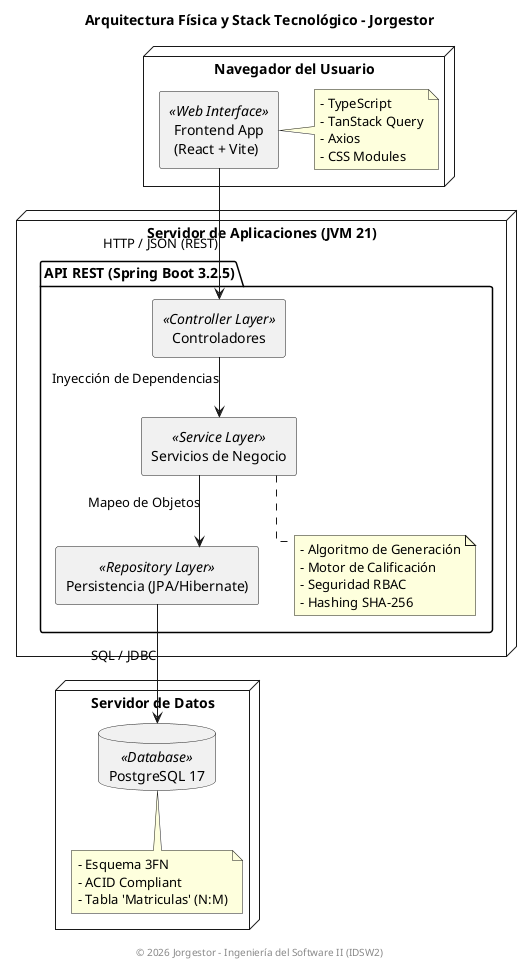
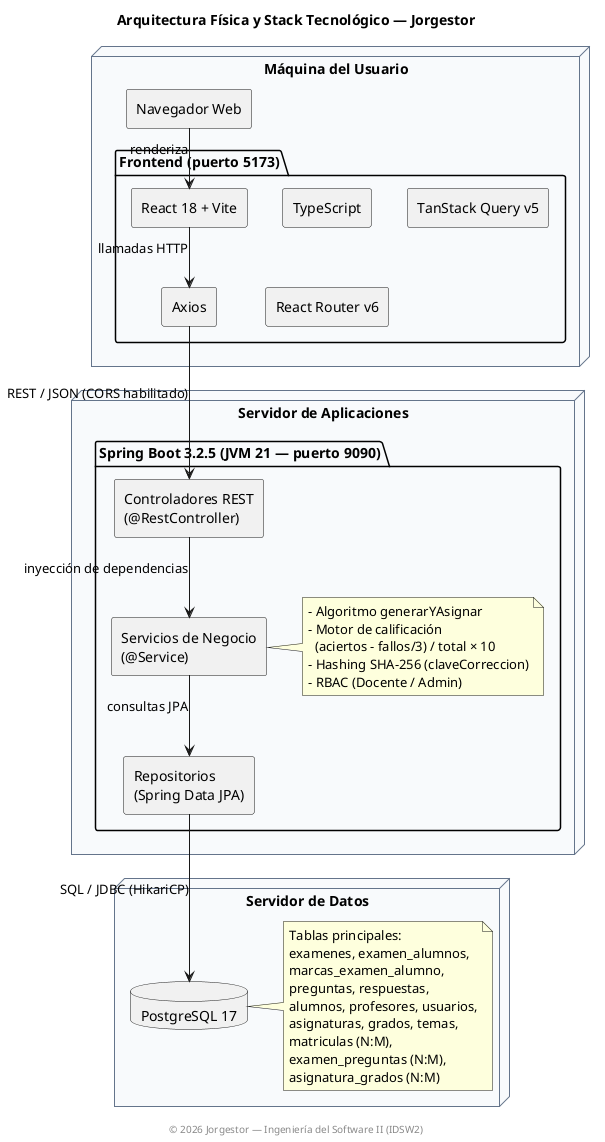
@startuml
- title Arquitectura Física y Stack Tecnológico - Jorgestor
+ title Arquitectura Física y Stack Tecnológico — Jorgestor

skinparam componentStyle rectangle
skinparam linetype ortho
- 
- node "Navegador del Usuario" as ClientNode {
-     component "Frontend App\n(React + Vite)" as Frontend <<Web Interface>>
-     note right of Frontend
-         - TypeScript
-         - TanStack Query
-         - Axios
-         - CSS Modules
-     end note
+ skinparam node {
+   BackgroundColor #f8fafc
+   BorderColor #64748b
}

- node "Servidor de Aplicaciones (JVM 21)" as ServerNode {
+ node "Máquina del Usuario" as ClientNode {
+   component "Navegador Web" as Browser
+   package "Frontend (puerto 5173)" {
+     component "React 18 + Vite" as React
+     component "TypeScript" as TS
+     component "TanStack Query v5" as TQ
+     component "React Router v6" as RR
+     component "Axios" as Axios
+   }
+ }

-     package "API REST (Spring Boot 3.2.5)" {
-         component "Controladores" as API <<Controller Layer>>
-         component "Servicios de Negocio" as Services <<Service Layer>>
-         component "Persistencia (JPA/Hibernate)" as DataLayer <<Repository Layer>>
+ node "Servidor de Aplicaciones" as ServerNode {
+   package "Spring Boot 3.2.5 (JVM 21 — puerto 9090)" {
+     component "Controladores REST\n(@RestController)" as Controllers
+     component "Servicios de Negocio\n(@Service)" as Services
+     component "Repositorios\n(Spring Data JPA)" as Repos

-         note bottom of Services
-             - Algoritmo de Generación
-             - Motor de Calificación
-             - Seguridad RBAC
-             - Hashing SHA-256
-         end note
-     }
+     note right of Services
+       - Algoritmo generarYAsignar
+       - Motor de calificación
+         (aciertos - fallos/3) / total × 10
+       - Hashing SHA-256 (claveCorreccion)
+       - RBAC (Docente / Admin)
+     end note
+   }
}

node "Servidor de Datos" as DBNode {
-     database "PostgreSQL 17" as DB <<Database>>
-     note bottom of DB
-         - Esquema 3FN
-         - ACID Compliant
-         - Tabla 'Matriculas' (N:M)
-     end note
+   database "PostgreSQL 17" as DB
+   note right of DB
+     Tablas principales:
+     examenes, examen_alumnos,
+     marcas_examen_alumno,
+     preguntas, respuestas,
+     alumnos, profesores, usuarios,
+     asignaturas, grados, temas,
+     matriculas (N:M),
+     examen_preguntas (N:M),
+     asignatura_grados (N:M)
+   end note
}

- ' Relaciones de Interacción y Protocolos
- Frontend -down-> API : HTTP / JSON (REST)
- API -down-> Services : Inyección de Dependencias
- Services -down-> DataLayer : Mapeo de Objetos
- DataLayer -down-> DB : SQL / JDBC
+ ' ─── Flujo de comunicación ───────────────────────────────────────
+ Browser    --> React       : renderiza
+ React      --> Axios       : llamadas HTTP
+ Axios      -down-> Controllers : REST / JSON (CORS habilitado)
+ Controllers -down-> Services  : inyección de dependencias
+ Services   -down-> Repos      : consultas JPA
+ Repos      -down-> DB         : SQL / JDBC (HikariCP)

- center footer © 2026 Jorgestor - Ingeniería del Software II (IDSW2)
+ center footer © 2026 Jorgestor — Ingeniería del Software II (IDSW2)
@enduml
